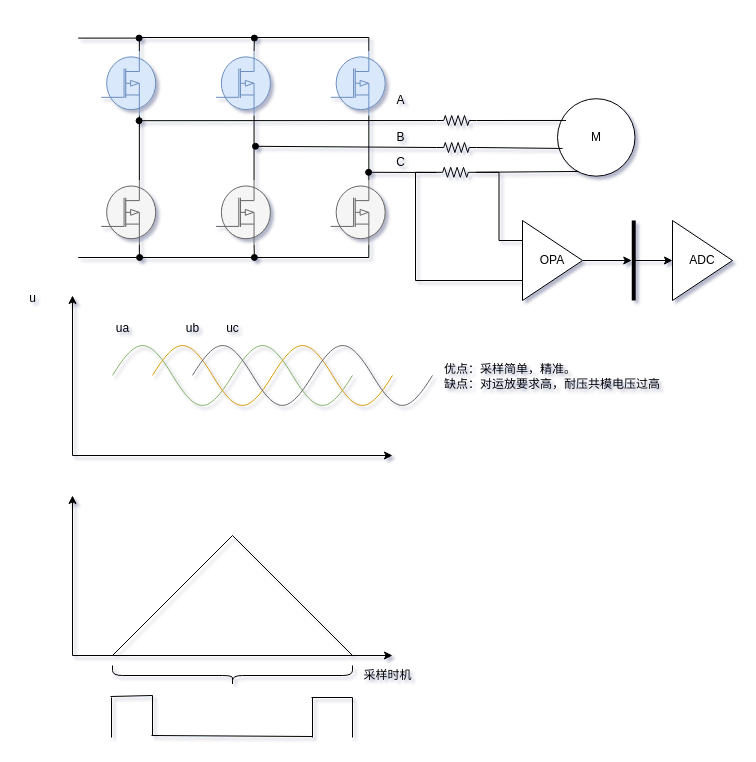
Earlier version of the draw.io diagram page "输出相线采样" (2 of 3) of 电机采样电路分析.drawio (Vinson-001/Blog-flow-chart). Source tidied: cells renumbered, new cells numbered last; positions are measured from the earlier drawing's top-left corner, leaving out a move shared by most shapes. Both pictures are drawn from the tidied source at 100%, with x=0, y=0 at pixel (17, 17).
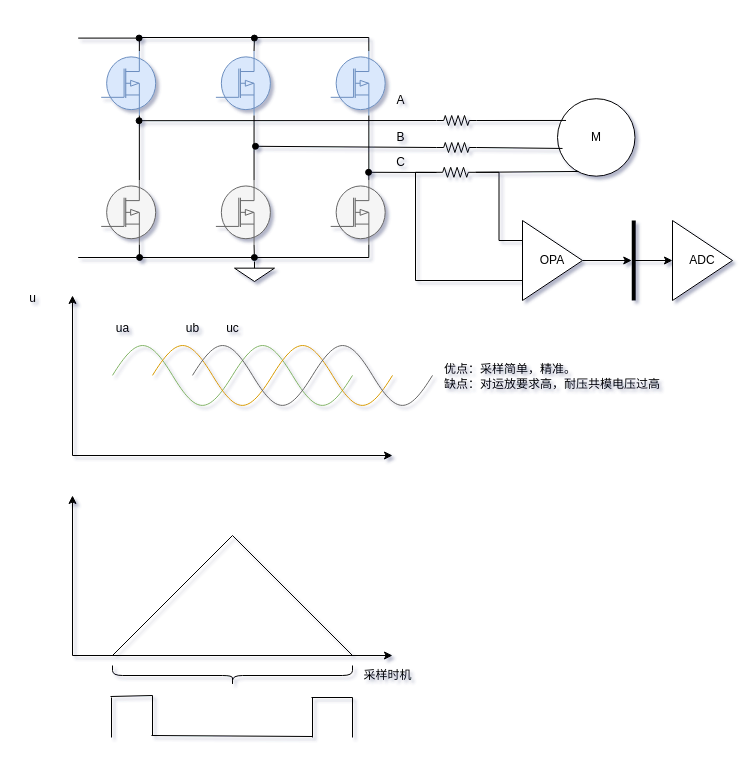
The same diagram, later.

Diff of the diagram source:
```diff
@@
+    <mxCell id="64" style="verticalLabelPosition=bottom;shadow=0;dashed=0;align=center;html=1;verticalAlign=top;shape=mxgraph.electrical.signal_sources.signal_ground;" parent="1" vertex="1">
+      <mxGeometry x="217" y="244" width="40" height="20" as="geometry" />
+    </mxCell>
```
